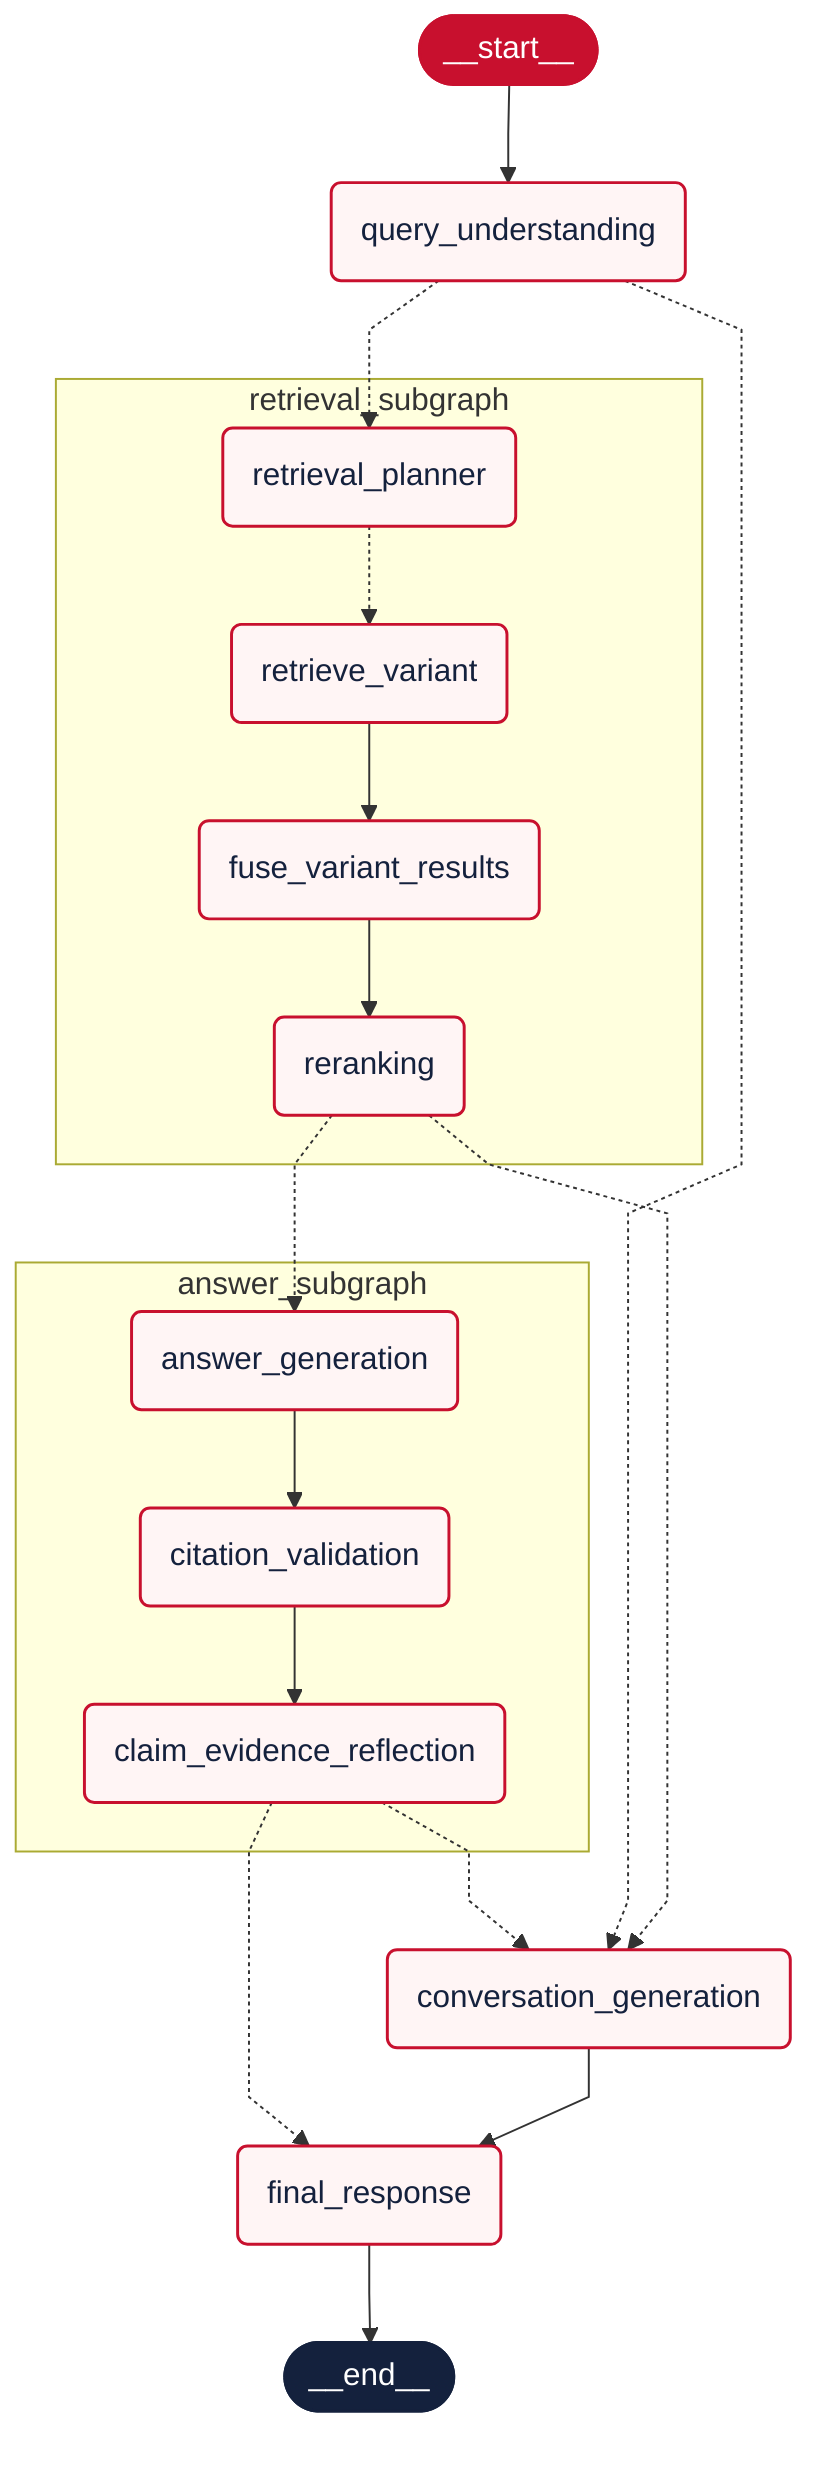
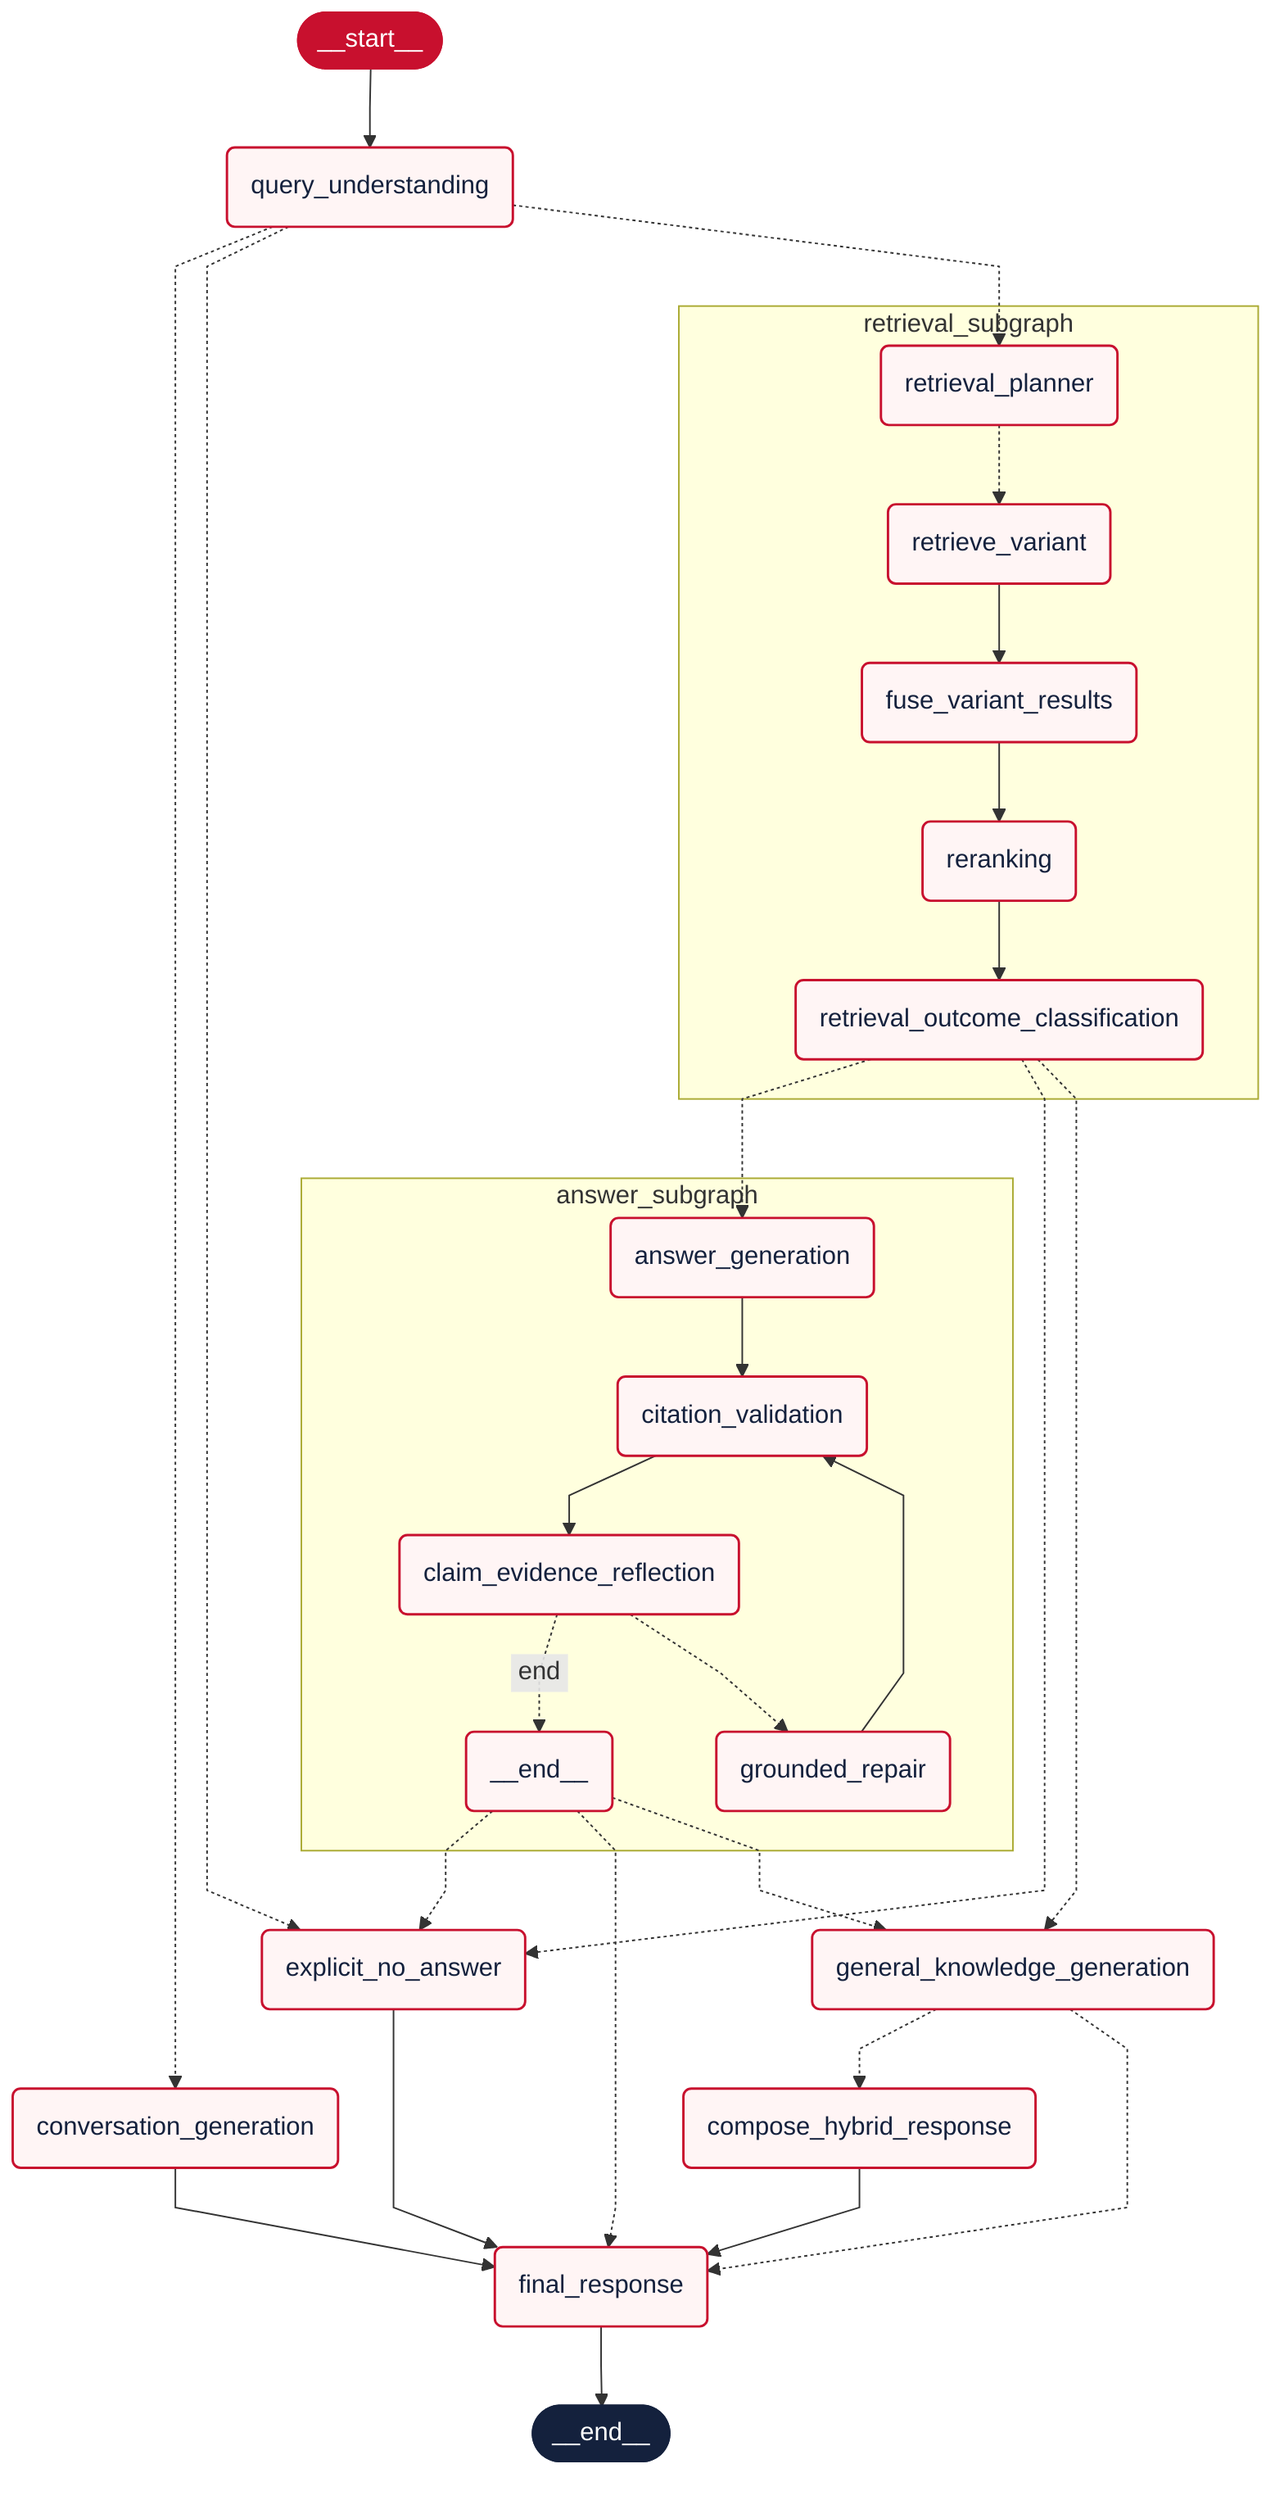
---
config:
  flowchart:
    curve: linear
---
graph TD;
	__start__([<p>__start__</p>]):::first
	query_understanding(query_understanding)
	conversation_generation(conversation_generation)
+ 	general_knowledge_generation(general_knowledge_generation)
+ 	compose_hybrid_response(compose_hybrid_response)
+ 	explicit_no_answer(explicit_no_answer)
	final_response(final_response)
	__end__([<p>__end__</p>]):::last
	__start__ --> query_understanding;
- 	answer_subgraph\3aclaim_evidence_reflection -.-> conversation_generation;
- 	answer_subgraph\3aclaim_evidence_reflection -.-> final_response;
+ 	answer_subgraph\3a__end__ -.-> explicit_no_answer;
+ 	answer_subgraph\3a__end__ -.-> final_response;
+ 	answer_subgraph\3a__end__ -.-> general_knowledge_generation;
+ 	compose_hybrid_response --> final_response;
	conversation_generation --> final_response;
+ 	explicit_no_answer --> final_response;
+ 	general_knowledge_generation -.-> compose_hybrid_response;
+ 	general_knowledge_generation -.-> final_response;
	query_understanding -.-> conversation_generation;
+ 	query_understanding -.-> explicit_no_answer;
	query_understanding -.-> retrieval_subgraph\3aretrieval_planner;
- 	retrieval_subgraph\3areranking -.-> answer_subgraph\3aanswer_generation;
- 	retrieval_subgraph\3areranking -.-> conversation_generation;
+ 	retrieval_subgraph\3aretrieval_outcome_classification -.-> answer_subgraph\3aanswer_generation;
+ 	retrieval_subgraph\3aretrieval_outcome_classification -.-> explicit_no_answer;
+ 	retrieval_subgraph\3aretrieval_outcome_classification -.-> general_knowledge_generation;
	final_response --> __end__;
	subgraph retrieval_subgraph
	retrieval_subgraph\3aretrieval_planner(retrieval_planner)
	retrieval_subgraph\3aretrieve_variant(retrieve_variant)
	retrieval_subgraph\3afuse_variant_results(fuse_variant_results)
	retrieval_subgraph\3areranking(reranking)
+ 	retrieval_subgraph\3aretrieval_outcome_classification(retrieval_outcome_classification)
	retrieval_subgraph\3afuse_variant_results --> retrieval_subgraph\3areranking;
+ 	retrieval_subgraph\3areranking --> retrieval_subgraph\3aretrieval_outcome_classification;
	retrieval_subgraph\3aretrieval_planner -.-> retrieval_subgraph\3aretrieve_variant;
	retrieval_subgraph\3aretrieve_variant --> retrieval_subgraph\3afuse_variant_results;
	end
	subgraph answer_subgraph
	answer_subgraph\3aanswer_generation(answer_generation)
	answer_subgraph\3acitation_validation(citation_validation)
	answer_subgraph\3aclaim_evidence_reflection(claim_evidence_reflection)
+ 	answer_subgraph\3agrounded_repair(grounded_repair)
+ 	answer_subgraph\3a__end__(<p>__end__</p>)
	answer_subgraph\3aanswer_generation --> answer_subgraph\3acitation_validation;
	answer_subgraph\3acitation_validation --> answer_subgraph\3aclaim_evidence_reflection;
+ 	answer_subgraph\3aclaim_evidence_reflection -. &nbsp;end&nbsp; .-> answer_subgraph\3a__end__;
+ 	answer_subgraph\3aclaim_evidence_reflection -.-> answer_subgraph\3agrounded_repair;
+ 	answer_subgraph\3agrounded_repair --> answer_subgraph\3acitation_validation;
	end
	classDef default fill:#FFF5F5,stroke:#C8102E,stroke-width:1.5px,color:#14213D,line-height:1.25
	classDef first fill:#C8102E,stroke:#C8102E,color:#FFFFFF
	classDef last fill:#14213D,stroke:#14213D,color:#FFFFFF
